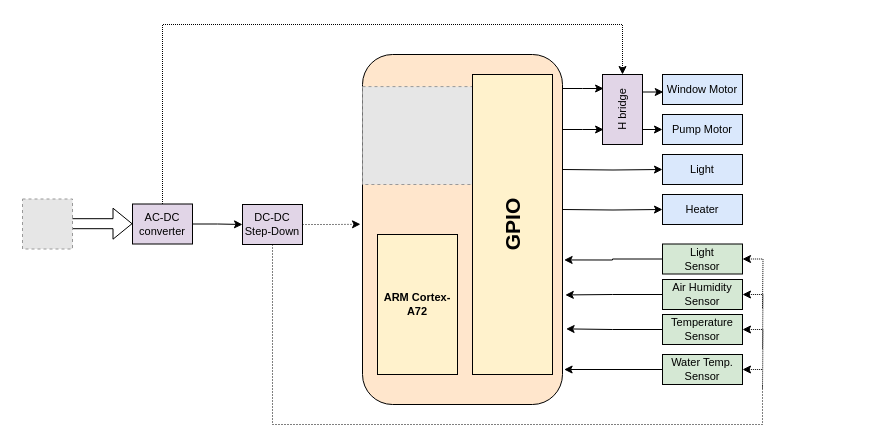
Above: Diagrams/Hardware Architeture v2.drawio in rafaelandrepedro/embebidos2122 (draw.io), before the change. Source tidied: cells renumbered, new cells numbered last; positions are measured from the earlier drawing's top-left corner, leaving out a move shared by most shapes. Both pictures are drawn from the tidied source at 100%, with x=0, y=0 at pixel (22, 24). Pictures stored in the file or linked from it are replaced by grey dashed boxes.
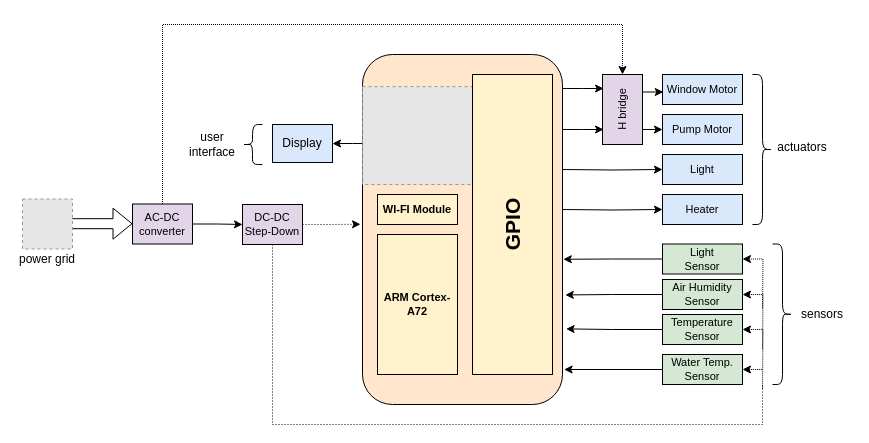
The same diagram, later.

The change refers to these unchanged cells:
```xml
<mxCell id="3" style="rounded=1;whiteSpace=wrap;html=1;fillColor=#ffe6cc;strokeColor=default;fontColor=default;labelBackgroundColor=none;" parent="1" vertex="1">
  <mxGeometry x="340" y="30" width="200" height="350" as="geometry" />
</mxCell>
<mxCell id="11" value="Light&lt;br&gt;Sensor" style="rounded=0;whiteSpace=wrap;html=1;fontSize=11;strokeColor=default;fillColor=#d5e8d4;fontColor=default;labelBackgroundColor=none;" parent="1" vertex="1">
  <mxGeometry x="640" y="219.5" width="80" height="30" as="geometry" />
</mxCell>
```

The edit, as a diff of the source:
```diff
@@
+    <mxCell id="37" style="edgeStyle=orthogonalEdgeStyle;rounded=0;jettySize=auto;html=1;entryX=1;entryY=0.5;entryDx=0;entryDy=0;startArrow=none;startFill=0;" parent="1" edge="1" source="3" target="38">
+      <mxGeometry relative="1" as="geometry">
+        <Array as="points">
+          <mxPoint x="330" y="119" />
+          <mxPoint x="330" y="119" />
+        </Array>
+      </mxGeometry>
+    </mxCell>
@@
-    <mxCell id="10" style="edgeStyle=orthogonalEdgeStyle;rounded=0;jettySize=auto;html=1;exitX=0;exitY=0.5;exitDx=0;exitDy=0;entryX=1.008;entryY=0.587;entryDx=0;entryDy=0;entryPerimeter=0;fontColor=default;strokeColor=default;labelBackgroundColor=default;" parent="1" edge="1" source="11" target="3">
+    <mxCell id="10" style="edgeStyle=orthogonalEdgeStyle;rounded=0;jettySize=auto;html=1;entryX=1.004;entryY=0.585;entryDx=0;entryDy=0;entryPerimeter=0;" parent="1" edge="1" source="11" target="3">
       <mxGeometry relative="1" as="geometry" />
     </mxCell>
@@
+    <mxCell id="38" value="Display" style="rounded=0;whiteSpace=wrap;html=1;fillColor=#dae8fc;strokeColor=#000000;" parent="1" vertex="1">
+      <mxGeometry x="250" y="100" width="60" height="38" as="geometry" />
+    </mxCell>
+    <mxCell id="39" style="shape=curlyBracket;whiteSpace=wrap;html=1;rounded=1;strokeColor=#000000;" parent="1" vertex="1">
+      <mxGeometry x="220" y="100" width="20" height="40" as="geometry" />
+    </mxCell>
+    <mxCell id="40" value="user interface" style="text;html=1;strokeColor=none;fillColor=none;align=center;verticalAlign=middle;whiteSpace=wrap;rounded=0;" parent="1" vertex="1">
+      <mxGeometry x="160" y="105" width="60" height="30" as="geometry" />
+    </mxCell>
+    <mxCell id="41" style="shape=curlyBracket;whiteSpace=wrap;html=1;rounded=1;flipH=1;strokeColor=#000000;" parent="1" vertex="1">
+      <mxGeometry x="730" y="50" width="20" height="150" as="geometry" />
+    </mxCell>
+    <mxCell id="42" style="shape=curlyBracket;whiteSpace=wrap;html=1;rounded=1;flipH=1;strokeColor=#000000;" parent="1" vertex="1">
+      <mxGeometry x="750" y="219.5" width="20" height="140.5" as="geometry" />
+    </mxCell>
+    <mxCell id="43" value="actuators" style="text;html=1;strokeColor=none;fillColor=none;align=center;verticalAlign=middle;whiteSpace=wrap;rounded=0;" parent="1" vertex="1">
+      <mxGeometry x="750" y="108" width="60" height="30" as="geometry" />
+    </mxCell>
+    <mxCell id="44" value="sensors" style="text;html=1;strokeColor=none;fillColor=none;align=center;verticalAlign=middle;whiteSpace=wrap;rounded=0;" parent="1" vertex="1">
+      <mxGeometry x="770" y="274.8" width="60" height="30" as="geometry" />
+    </mxCell>
+    <mxCell id="45" value="power grid" style="text;html=1;strokeColor=none;fillColor=none;align=center;verticalAlign=middle;whiteSpace=wrap;rounded=0;" parent="1" vertex="1">
+      <mxGeometry x="-5" y="220" width="60" height="30" as="geometry" />
+    </mxCell>
+    <mxCell id="46" value="&lt;b style=&quot;font-family: &amp;#34;arial&amp;#34; , sans-serif ; font-size: 11px ; text-align: left&quot;&gt;WI-FI&amp;nbsp;Module&lt;br style=&quot;font-size: 11px&quot;&gt;&lt;/b&gt;" style="rounded=0;whiteSpace=wrap;html=1;strokeColor=default;fillColor=#fff2cc;direction=west;horizontal=1;fontSize=11;fontColor=default;labelBackgroundColor=none;" parent="1" vertex="1">
+      <mxGeometry x="355" y="170" width="80" height="30" as="geometry" />
+    </mxCell>
```
